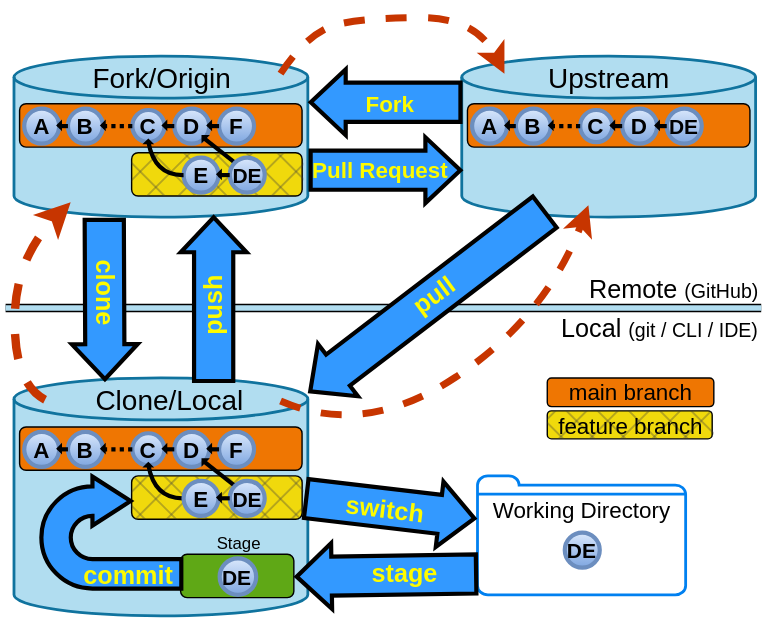
The draw.io diagram materials/BaseDiagram.svg in HFOSSedu/GitKit-Codespace, before a commit. Source tidied: cells renumbered, new cells last; positions are measured from the earlier drawing's top-left corner, leaving out a move shared by most shapes.
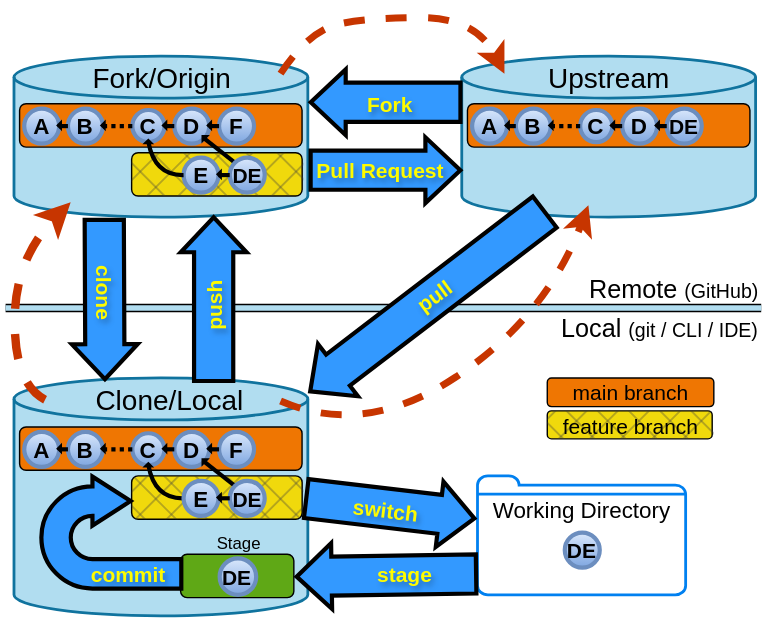
After the change.

Diff of the diagram source:
```diff
@@ -162,8 +162,8 @@
     <mxCell id="52" style="html=1;shadow=0;dashed=0;align=center;verticalAlign=middle;shape=mxgraph.arrows2.uTurnArrow;dy=10.5;arrowHead=35;dx2=27.25;rounded=0;strokeColor=default;strokeWidth=3;fontFamily=Helvetica;fontSize=20;fontColor=light-dark(#feffff, #ededed);fontStyle=1;labelBackgroundColor=light-dark(#3298ff, #ededed);textDirection=vertical-lr;fillColor=#3399FF;" parent="51" vertex="1">
       <mxGeometry width="100" height="80" as="geometry" />
     </mxCell>
-    <mxCell id="53" value="&lt;font style=&quot;font-size: 18px;&quot;&gt;commit&lt;/font&gt;" style="text;html=1;strokeColor=none;fillColor=none;align=center;verticalAlign=middle;rounded=0;fontSize=16;fontStyle=1;fontColor=light-dark(#fefb00, #ededed);spacing=0;rotation=0;" parent="51" vertex="1">
-      <mxGeometry x="35.5" y="56" width="53.5" height="30" as="geometry" />
+    <mxCell id="53" value="&lt;font&gt;commit&lt;/font&gt;" style="text;html=1;strokeColor=none;fillColor=none;align=center;verticalAlign=middle;rounded=0;fontSize=15;fontStyle=1;fontColor=light-dark(#fefb00, #ededed);spacing=0;rotation=0;textShadow=1;" parent="51" vertex="1">
+      <mxGeometry x="35.5" y="55" width="53.5" height="30" as="geometry" />
     </mxCell>
     <mxCell id="54" value="&lt;font style=&quot;font-size: 15px;&quot;&gt;DE&lt;/font&gt;" style="ellipse;whiteSpace=wrap;html=1;fillColor=#dae8fc;fontSize=16;fontStyle=1;gradientColor=#7ea6e0;strokeColor=#6c8ebf;strokeWidth=3;" parent="8" vertex="1">
       <mxGeometry x="146.5" y="128.4" width="26.1" height="26.1" as="geometry" />
@@ -193,7 +193,7 @@
         <mxPoint x="1" as="offset" />
       </mxGeometry>
     </mxCell>
-    <mxCell id="62" value="Pull Request" style="text;html=1;strokeColor=none;fillColor=none;align=center;verticalAlign=middle;rounded=0;fontSize=16;fontStyle=1;fontColor=light-dark(#fefb00, #ededed);spacing=0;" parent="60" vertex="1">
+    <mxCell id="62" value="Pull Request" style="text;html=1;strokeColor=none;fillColor=none;align=center;verticalAlign=middle;rounded=0;fontSize=15;fontStyle=1;fontColor=light-dark(#fefb00, #ededed);spacing=0;textShadow=1;" parent="60" vertex="1">
       <mxGeometry x="23.8" width="55" height="30" as="geometry" />
     </mxCell>
     <mxCell id="63" value="`" style="curved=1;endArrow=classic;rounded=0;strokeWidth=5;dashed=1;flowAnimation=0;fillColor=#fa6800;strokeColor=#C73500;shadow=0;noLabel=1;" parent="1" edge="1">
@@ -229,7 +229,7 @@
     <mxCell id="67" style="group;rotation=-180;" parent="65" vertex="1">
       <mxGeometry width="120" height="30" as="geometry" />
     </mxCell>
-    <mxCell id="68" value="Fork" style="text;html=1;strokeColor=none;fillColor=none;align=center;verticalAlign=middle;rounded=0;fontSize=16;fontStyle=1;fontColor=light-dark(#fefb00, #ededed);spacing=0;rotation=0;" parent="67" vertex="1">
+    <mxCell id="68" value="Fork" style="text;html=1;strokeColor=none;fillColor=none;align=center;verticalAlign=middle;rounded=0;fontSize=15;fontStyle=1;fontColor=light-dark(#fefb00, #ededed);spacing=0;rotation=0;labelBorderColor=none;textShadow=1;" parent="67" vertex="1">
       <mxGeometry x="34" y="1" width="60" height="30" as="geometry" />
     </mxCell>
     <mxCell id="69" style="group;" parent="1" vertex="1">
@@ -242,7 +242,7 @@
         <mxPoint x="1" as="offset" />
       </mxGeometry>
     </mxCell>
-    <mxCell id="71" value="clone" style="text;html=1;whiteSpace=wrap;strokeColor=none;fillColor=none;align=center;verticalAlign=middle;rounded=0;rotation=90;fontColor=light-dark(#fefb00, #ededed);fontSize=18;fontStyle=1;spacing=0;" parent="69" vertex="1">
+    <mxCell id="71" value="clone" style="text;html=1;whiteSpace=wrap;strokeColor=none;fillColor=none;align=center;verticalAlign=middle;rounded=0;rotation=90;fontColor=light-dark(#fefb00, #ededed);fontSize=15;fontStyle=1;spacing=0;textShadow=1;" parent="69" vertex="1">
       <mxGeometry x="-15" y="38.8" width="60" height="30" as="geometry" />
     </mxCell>
     <mxCell id="72" style="group;" parent="1" vertex="1">
@@ -255,7 +255,7 @@
         <mxPoint x="1" as="offset" />
       </mxGeometry>
     </mxCell>
-    <mxCell id="74" value="push" style="text;html=1;whiteSpace=wrap;strokeColor=none;fillColor=none;align=center;verticalAlign=middle;rounded=0;rotation=-90;fontColor=light-dark(#fefb00, #ededed);fontSize=18;fontStyle=1;spacing=0;" parent="72" vertex="1">
+    <mxCell id="74" value="push" style="text;html=1;whiteSpace=wrap;strokeColor=none;fillColor=none;align=center;verticalAlign=middle;rounded=0;rotation=-90;fontColor=light-dark(#fefb00, #ededed);fontSize=15;fontStyle=1;spacing=0;textShadow=1;" parent="72" vertex="1">
       <mxGeometry x="-17.3" y="52.2" width="60" height="25.4" as="geometry" />
     </mxCell>
     <mxCell id="75" style="shape=flexArrow;endArrow=classic;rounded=0;fillColor=#3399FF;width=26;endSize=7.33;endWidth=16;fontSize=21;labelBackgroundColor=none;fontColor=light-dark(#fefb00, #ededed);fontStyle=1;textDirection=ltr;strokeWidth=3;html=1;horizontal=1;spacingTop=30;exitX=1;exitY=0.5;exitDx=0;exitDy=0;" parent="1" edge="1" source="16">
@@ -264,7 +264,7 @@
         <mxPoint x="1" as="offset" />
       </mxGeometry>
     </mxCell>
-    <mxCell id="76" value="switch" style="text;html=1;whiteSpace=wrap;strokeColor=none;fillColor=none;align=center;verticalAlign=middle;rounded=0;rotation=7;fontColor=light-dark(#fefb00, #ededed);fontSize=18;fontStyle=1;spacing=0;" parent="1" vertex="1">
+    <mxCell id="76" value="switch" style="text;html=1;strokeColor=none;fillColor=none;align=center;verticalAlign=middle;rounded=0;rotation=7;fontColor=light-dark(#fefb00, #ededed);fontSize=15;fontStyle=1;spacing=0;textShadow=1;" parent="1" vertex="1">
       <mxGeometry x="245" y="349" width="60" height="30" as="geometry" />
     </mxCell>
     <mxCell id="77" value="&lt;div&gt;Working&amp;nbsp;Directory&lt;/div&gt;" style="text;html=1;strokeColor=none;fillColor=none;align=center;verticalAlign=middle;rounded=0;fontSize=16;fontStyle=0;fontColor=light-dark(#000000, #ededed);spacing=0;rotation=0;" parent="1" vertex="1">
@@ -279,7 +279,7 @@
         <mxPoint x="1" as="offset" />
       </mxGeometry>
     </mxCell>
-    <mxCell id="80" value="stage" style="text;html=1;whiteSpace=wrap;strokeColor=none;fillColor=none;align=center;verticalAlign=middle;rounded=0;rotation=0;fontColor=light-dark(#fefb00, #ededed);fontSize=18;fontStyle=1;spacing=0;" parent="1" vertex="1">
+    <mxCell id="80" value="stage" style="text;html=1;whiteSpace=wrap;strokeColor=none;fillColor=none;align=center;verticalAlign=middle;rounded=0;rotation=0;fontColor=light-dark(#fefb00, #ededed);fontSize=15;fontStyle=1;spacing=0;textShadow=1;" parent="1" vertex="1">
       <mxGeometry x="259.1" y="395" width="60" height="30" as="geometry" />
     </mxCell>
     <mxCell id="81" style="curved=1;endArrow=classic;html=1;rounded=0;fillColor=#fa6800;strokeColor=#C73500;strokeWidth=5;dashed=1;" parent="1" edge="1">
@@ -299,7 +299,7 @@
         <mxPoint x="1" as="offset" />
       </mxGeometry>
     </mxCell>
-    <mxCell id="83" value="pull" style="text;html=1;whiteSpace=wrap;strokeColor=none;fillColor=none;align=center;verticalAlign=middle;rounded=0;rotation=324;fontColor=light-dark(#fefb00, #ededed);fontSize=18;fontStyle=1;spacing=0;" parent="1" vertex="1">
+    <mxCell id="83" value="pull" style="text;html=1;whiteSpace=wrap;strokeColor=none;fillColor=none;align=center;verticalAlign=middle;rounded=0;rotation=324;fontColor=light-dark(#fefb00, #ededed);fontSize=15;fontStyle=1;spacing=0;textShadow=1;" parent="1" vertex="1">
       <mxGeometry x="280" y="198" width="60" height="25.4" as="geometry" />
     </mxCell>
     <mxCell id="84" value="&lt;font style=&quot;font-size: 18px;&quot;&gt;Local &lt;/font&gt;&lt;font style=&quot;font-size: 14px;&quot;&gt;(git / CLI / IDE)&lt;/font&gt;" style="text;strokeColor=none;fillColor=none;align=left;verticalAlign=top;rounded=0;fontSize=16;spacing=0;html=1;fontColor=light-dark(#000000,#FFFFFF);" parent="1" vertex="1">
@@ -487,13 +487,13 @@
     <mxCell id="142" style="endArrow=none;html=1;rounded=0;spacing=2;strokeWidth=3;entryX=0;entryY=0.5;entryDx=0;entryDy=0;exitX=1;exitY=0.5;exitDx=0;exitDy=0;startArrow=none;startFill=0;" parent="1" edge="1" source="139" target="128">
       <mxGeometry relative="1" as="geometry" />
     </mxCell>
-    <mxCell id="143" value="main branch" style="rounded=1;whiteSpace=wrap;html=1;labelBackgroundColor=none;labelBorderColor=none;fillColor=light-dark(#ef7602, #d37619);fontColor=#000000;strokeColor=default;fillStyle=solid;fontSize=16;fontStyle=0;" parent="1" vertex="1">
+    <mxCell id="143" value="main branch" style="rounded=1;whiteSpace=wrap;html=1;labelBackgroundColor=none;labelBorderColor=none;fillColor=light-dark(#ef7602, #d37619);fontColor=#000000;strokeColor=default;fillStyle=solid;fontSize=15;fontStyle=0;" parent="1" vertex="1">
       <mxGeometry x="391.1" y="270" width="119" height="20.5" as="geometry" />
     </mxCell>
     <mxCell id="144" style="rounded=1;whiteSpace=wrap;html=1;labelBackgroundColor=#FF9933;labelBorderColor=#FF9933;fillColor=light-dark(#F0D90C,#AB7106);fontColor=#000000;strokeColor=#000000;" parent="1" vertex="1">
       <mxGeometry x="391.1" y="293.5" width="117.9" height="20" as="geometry" />
     </mxCell>
-    <mxCell id="145" value="&lt;font&gt;feature branch&lt;/font&gt;" style="rounded=1;whiteSpace=wrap;html=1;labelBackgroundColor=none;labelBorderColor=none;fillColor=#3C3C3C;fontColor=light-dark(#000000, #000000);strokeColor=none;fillStyle=cross-hatch;opacity=90;fontSize=16;" parent="1" vertex="1">
+    <mxCell id="145" value="&lt;font&gt;feature branch&lt;/font&gt;" style="rounded=1;whiteSpace=wrap;html=1;labelBackgroundColor=none;labelBorderColor=none;fillColor=#3C3C3C;fontColor=light-dark(#000000, #000000);strokeColor=none;fillStyle=cross-hatch;opacity=90;fontSize=15;" parent="1" vertex="1">
       <mxGeometry x="391.1" y="293.5" width="119" height="20" as="geometry" />
     </mxCell>
   </root>
```
